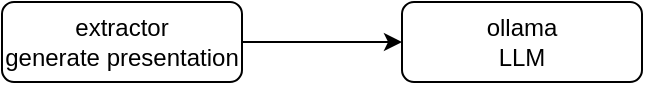
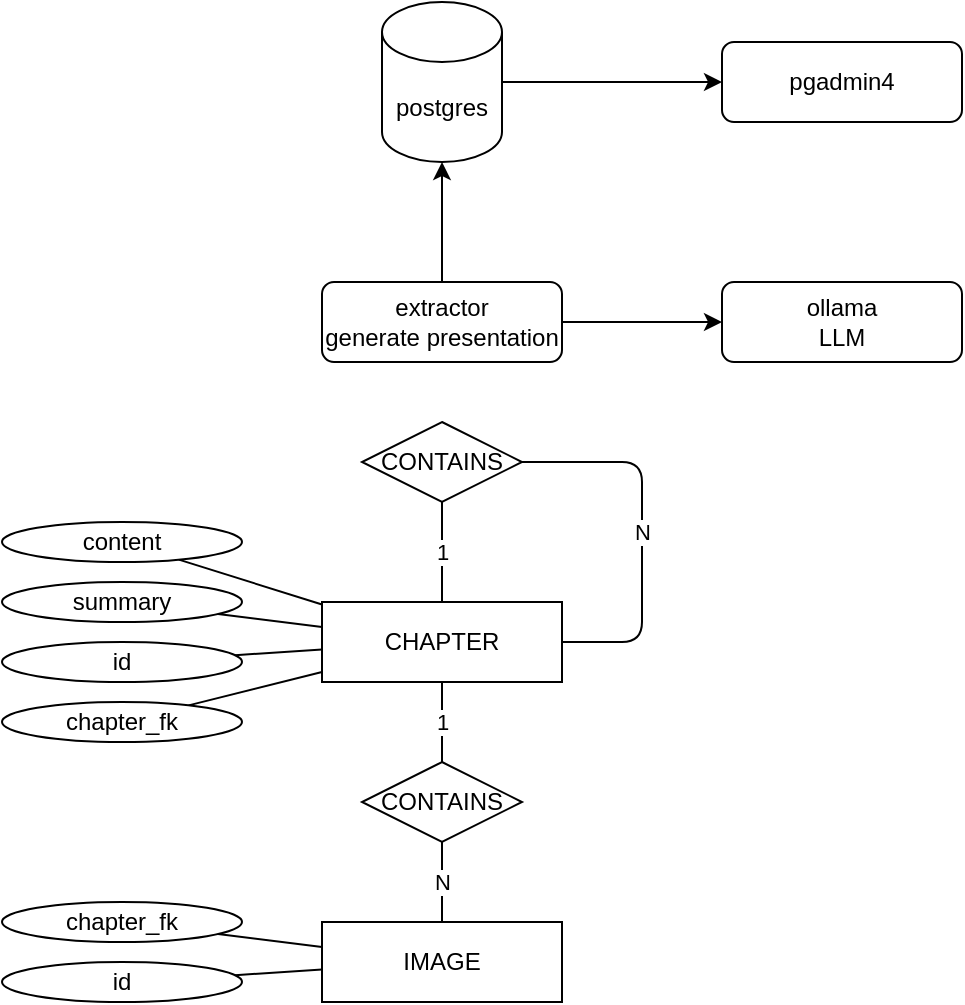
<mxfile host="65bd71144e">
    <diagram id="b4l8AiMKVdJLUvFwLziP" name="Page-1">
-         <mxGraphModel dx="690" dy="335" grid="1" gridSize="10" guides="1" tooltips="1" connect="1" arrows="1" fold="1" page="1" pageScale="1" pageWidth="850" pageHeight="1100" math="0" shadow="0">
+         <mxGraphModel dx="650" dy="407" grid="1" gridSize="10" guides="1" tooltips="1" connect="1" arrows="1" fold="1" page="1" pageScale="1" pageWidth="850" pageHeight="1100" math="0" shadow="0">
            <root>
                <mxCell id="0"/>
                <mxCell id="1" parent="0"/>
-                 <mxCell id="4" style="edgeStyle=none;html=1;entryX=0;entryY=0.5;entryDx=0;entryDy=0;" edge="1" parent="1" source="2" target="3">
+                 <mxCell id="4" style="edgeStyle=none;html=1;entryX=0;entryY=0.5;entryDx=0;entryDy=0;" parent="1" source="2" target="3" edge="1">
                    <mxGeometry relative="1" as="geometry"/>
                </mxCell>
-                 <mxCell id="2" value="extractor&lt;div&gt;generate presentation&lt;/div&gt;" style="rounded=1;whiteSpace=wrap;html=1;" vertex="1" parent="1">
+                 <mxCell id="6" style="edgeStyle=none;html=1;" edge="1" parent="1" source="2" target="5">
+                     <mxGeometry relative="1" as="geometry"/>
+                 </mxCell>
+                 <mxCell id="2" value="extractor&lt;div&gt;generate presentation&lt;/div&gt;" style="rounded=1;whiteSpace=wrap;html=1;" parent="1" vertex="1">
                    <mxGeometry x="240" y="200" width="120" height="40" as="geometry"/>
                </mxCell>
-                 <mxCell id="3" value="ollama&lt;div&gt;LLM&lt;/div&gt;" style="rounded=1;whiteSpace=wrap;html=1;" vertex="1" parent="1">
+                 <mxCell id="3" value="ollama&lt;div&gt;LLM&lt;/div&gt;" style="rounded=1;whiteSpace=wrap;html=1;" parent="1" vertex="1">
                    <mxGeometry x="440" y="200" width="120" height="40" as="geometry"/>
+                 </mxCell>
+                 <mxCell id="8" style="edgeStyle=none;html=1;" edge="1" parent="1" source="5" target="7">
+                     <mxGeometry relative="1" as="geometry"/>
+                 </mxCell>
+                 <mxCell id="5" value="postgres" style="shape=cylinder3;whiteSpace=wrap;html=1;boundedLbl=1;backgroundOutline=1;size=15;" vertex="1" parent="1">
+                     <mxGeometry x="270" y="60" width="60" height="80" as="geometry"/>
+                 </mxCell>
+                 <mxCell id="7" value="pgadmin4" style="rounded=1;whiteSpace=wrap;html=1;" vertex="1" parent="1">
+                     <mxGeometry x="440" y="80" width="120" height="40" as="geometry"/>
+                 </mxCell>
+                 <mxCell id="16" value="1" style="edgeStyle=none;html=1;endArrow=none;endFill=0;" edge="1" parent="1" source="9" target="10">
+                     <mxGeometry relative="1" as="geometry"/>
+                 </mxCell>
+                 <mxCell id="22" value="1" style="edgeStyle=none;html=1;endArrow=none;endFill=0;" edge="1" parent="1" source="9" target="21">
+                     <mxGeometry relative="1" as="geometry"/>
+                 </mxCell>
+                 <mxCell id="9" value="CHAPTER" style="rounded=0;whiteSpace=wrap;html=1;" vertex="1" parent="1">
+                     <mxGeometry x="240" y="360" width="120" height="40" as="geometry"/>
+                 </mxCell>
+                 <mxCell id="29" value="N" style="edgeStyle=elbowEdgeStyle;html=1;endArrow=none;endFill=0;" edge="1" parent="1" source="10" target="9">
+                     <mxGeometry relative="1" as="geometry">
+                         <mxPoint x="460" y="350" as="targetPoint"/>
+                         <Array as="points">
+                             <mxPoint x="400" y="340"/>
+                         </Array>
+                     </mxGeometry>
+                 </mxCell>
+                 <mxCell id="10" value="CONTAINS" style="rhombus;whiteSpace=wrap;html=1;" vertex="1" parent="1">
+                     <mxGeometry x="260" y="270" width="80" height="40" as="geometry"/>
+                 </mxCell>
+                 <mxCell id="11" value="IMAGE" style="rounded=0;whiteSpace=wrap;html=1;" vertex="1" parent="1">
+                     <mxGeometry x="240" y="520" width="120" height="40" as="geometry"/>
+                 </mxCell>
+                 <mxCell id="17" style="edgeStyle=none;html=1;endArrow=none;endFill=0;" edge="1" parent="1" source="12" target="9">
+                     <mxGeometry relative="1" as="geometry"/>
+                 </mxCell>
+                 <mxCell id="12" value="content" style="ellipse;whiteSpace=wrap;html=1;" vertex="1" parent="1">
+                     <mxGeometry x="80" y="320" width="120" height="20" as="geometry"/>
+                 </mxCell>
+                 <mxCell id="18" style="edgeStyle=none;html=1;endArrow=none;endFill=0;" edge="1" parent="1" source="13" target="9">
+                     <mxGeometry relative="1" as="geometry"/>
+                 </mxCell>
+                 <mxCell id="13" value="summary&lt;span style=&quot;font-family: monospace; font-size: 0px; text-align: start; text-wrap-mode: nowrap;&quot;&gt;%3CmxGraphModel%3E%3Croot%3E%3CmxCell%20id%3D%220%22%2F%3E%3CmxCell%20id%3D%221%22%20parent%3D%220%22%2F%3E%3CmxCell%20id%3D%222%22%20value%3D%22content%22%20style%3D%22ellipse%3BwhiteSpace%3Dwrap%3Bhtml%3D1%3B%22%20vertex%3D%221%22%20parent%3D%221%22%3E%3CmxGeometry%20x%3D%2280%22%20y%3D%22320%22%20width%3D%22120%22%20height%3D%2220%22%20as%3D%22geometry%22%2F%3E%3C%2FmxCell%3E%3C%2Froot%3E%3C%2FmxGraphModel%3E&lt;/span&gt;&lt;span style=&quot;font-family: monospace; font-size: 0px; text-align: start; text-wrap-mode: nowrap;&quot;&gt;%3CmxGraphModel%3E%3Croot%3E%3CmxCell%20id%3D%220%22%2F%3E%3CmxCell%20id%3D%221%22%20parent%3D%220%22%2F%3E%3CmxCell%20id%3D%222%22%20value%3D%22content%22%20style%3D%22ellipse%3BwhiteSpace%3Dwrap%3Bhtml%3D1%3B%22%20vertex%3D%221%22%20parent%3D%221%22%3E%3CmxGeometry%20x%3D%2280%22%20y%3D%22320%22%20width%3D%22120%22%20height%3D%2220%22%20as%3D%22geometry%22%2F%3E%3C%2FmxCell%3E%3C%2Froot%3E%3C%2FmxGraphModel%3E&lt;/span&gt;" style="ellipse;whiteSpace=wrap;html=1;" vertex="1" parent="1">
+                     <mxGeometry x="80" y="350" width="120" height="20" as="geometry"/>
+                 </mxCell>
+                 <mxCell id="19" style="edgeStyle=none;html=1;endArrow=none;endFill=0;" edge="1" parent="1" source="14" target="9">
+                     <mxGeometry relative="1" as="geometry"/>
+                 </mxCell>
+                 <mxCell id="14" value="id" style="ellipse;whiteSpace=wrap;html=1;" vertex="1" parent="1">
+                     <mxGeometry x="80" y="380" width="120" height="20" as="geometry"/>
+                 </mxCell>
+                 <mxCell id="20" style="edgeStyle=none;html=1;endArrow=none;endFill=0;" edge="1" parent="1" source="15" target="9">
+                     <mxGeometry relative="1" as="geometry"/>
+                 </mxCell>
+                 <mxCell id="15" value="chapter_fk" style="ellipse;whiteSpace=wrap;html=1;" vertex="1" parent="1">
+                     <mxGeometry x="80" y="410" width="120" height="20" as="geometry"/>
+                 </mxCell>
+                 <mxCell id="23" value="N" style="edgeStyle=none;html=1;endArrow=none;endFill=0;" edge="1" parent="1" source="21" target="11">
+                     <mxGeometry relative="1" as="geometry"/>
+                 </mxCell>
+                 <mxCell id="21" value="CONTAINS" style="rhombus;whiteSpace=wrap;html=1;" vertex="1" parent="1">
+                     <mxGeometry x="260" y="440" width="80" height="40" as="geometry"/>
+                 </mxCell>
+                 <mxCell id="27" style="edgeStyle=none;html=1;endArrow=none;endFill=0;" edge="1" parent="1" source="24" target="11">
+                     <mxGeometry relative="1" as="geometry"/>
+                 </mxCell>
+                 <mxCell id="24" value="chapter_fk" style="ellipse;whiteSpace=wrap;html=1;" vertex="1" parent="1">
+                     <mxGeometry x="80" y="510" width="120" height="20" as="geometry"/>
+                 </mxCell>
+                 <mxCell id="26" style="edgeStyle=none;html=1;endArrow=none;endFill=0;" edge="1" parent="1" source="25" target="11">
+                     <mxGeometry relative="1" as="geometry"/>
+                 </mxCell>
+                 <mxCell id="25" value="id" style="ellipse;whiteSpace=wrap;html=1;" vertex="1" parent="1">
+                     <mxGeometry x="80" y="540" width="120" height="20" as="geometry"/>
                </mxCell>
            </root>
        </mxGraphModel>
    </diagram>
</mxfile>